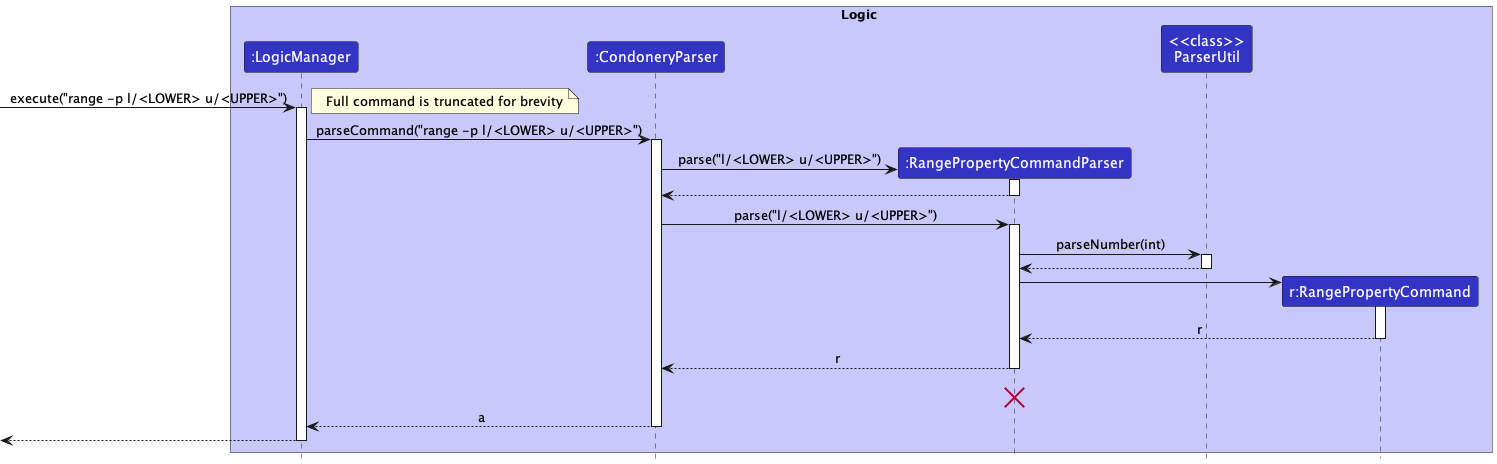
nus-cs2103-AY2223S1/tp keeps this PlantUML diagram as docs/images/RangeSequenceDiagram.png. Above is the earlier version.
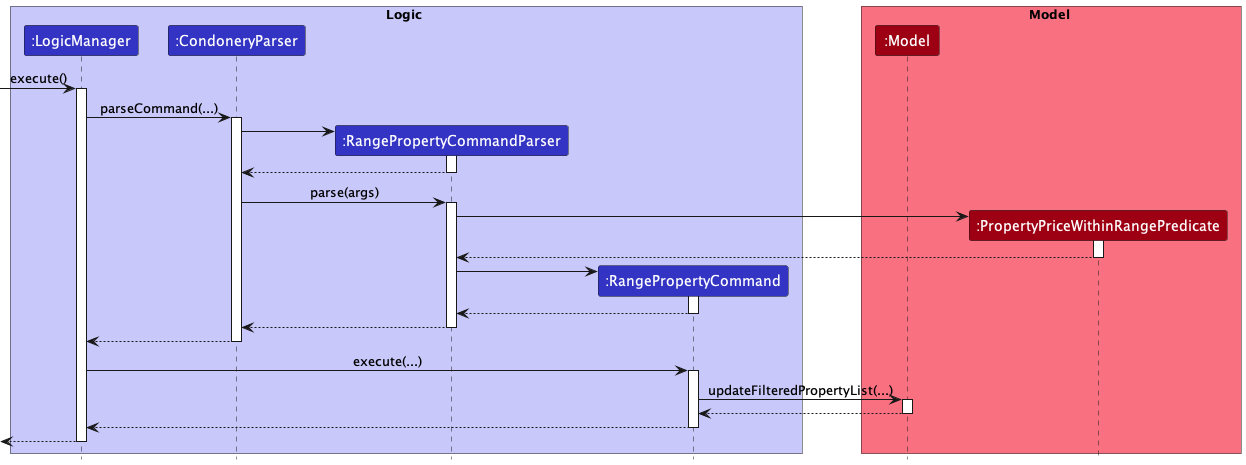
Above is the later version.

What changed in the source:
```diff
@@ -5,52 +5,62 @@
 participant ":LogicManager" as LogicManager LOGIC_COLOR
 participant ":CondoneryParser" as CondoneryParser LOGIC_COLOR
 participant ":RangePropertyCommandParser" as RangePropertyCommandParser LOGIC_COLOR
-participant "<<class>>\nParserUtil" as ParserUtil LOGIC_COLOR
-participant "r:RangePropertyCommand" as RangePropertyCommand LOGIC_COLOR
+participant ":RangePropertyCommand" as RangePropertyCommand LOGIC_COLOR
 end box
 
-[-> LogicManager : execute("range -p l/<LOWER> u/<UPPER>")
-note left: Full command is truncated for brevity
+box Model MODEL_COLOR_T1
+participant ":Model" as Model MODEL_COLOR
+participant ":PropertyPriceWithinRangePredicate" as PropertyPriceWithinRangePredicate MODEL_COLOR
+end box
+
+[-> LogicManager : execute()
 activate LogicManager
 
-LogicManager -> CondoneryParser : parseCommand("range -p l/<LOWER> u/<UPPER>")
+LogicManager -> CondoneryParser : parseCommand(...)
 activate CondoneryParser
 
-
-
 create RangePropertyCommandParser
-CondoneryParser -> RangePropertyCommandParser : parse("l/<LOWER> u/<UPPER>")
+CondoneryParser -> RangePropertyCommandParser
 activate RangePropertyCommandParser
 
 RangePropertyCommandParser --> CondoneryParser
 deactivate RangePropertyCommandParser
 
-CondoneryParser -> RangePropertyCommandParser : parse("l/<LOWER> u/<UPPER>")
+CondoneryParser -> RangePropertyCommandParser : parse(args)
 activate RangePropertyCommandParser
 
-RangePropertyCommandParser -> ParserUtil : parseNumber(int)
-activate ParserUtil
+create PropertyPriceWithinRangePredicate
+RangePropertyCommandParser -> PropertyPriceWithinRangePredicate
+activate PropertyPriceWithinRangePredicate
 
-ParserUtil --> RangePropertyCommandParser
-deactivate ParserUtil
+PropertyPriceWithinRangePredicate --> RangePropertyCommandParser
+deactivate PropertyPriceWithinRangePredicate
 
 create RangePropertyCommand
 RangePropertyCommandParser -> RangePropertyCommand
 activate RangePropertyCommand
 
-RangePropertyCommand --> RangePropertyCommandParser : r
+RangePropertyCommand --> RangePropertyCommandParser
 deactivate RangePropertyCommand
 
-RangePropertyCommandParser --> CondoneryParser : r
+RangePropertyCommandParser --> CondoneryParser
 deactivate RangePropertyCommandParser
 
-RangePropertyCommandParser -[hidden]-> CondoneryParser : r
-destroy RangePropertyCommandParser
+CondoneryParser --> LogicManager
+deactivate CondoneryParser
 
-CondoneryParser --> LogicManager : a
-deactivate CondoneryParser
+LogicManager -> RangePropertyCommand : execute(...)
+activate RangePropertyCommand
+
+RangePropertyCommand -> Model : updateFilteredPropertyList(...)
+activate Model
+
+Model --> RangePropertyCommand
+deactivate Model
+
+RangePropertyCommand --> LogicManager
+deactivate RangePropertyCommand
 
 [<--LogicManager
 deactivate LogicManager
-
 @enduml
```
